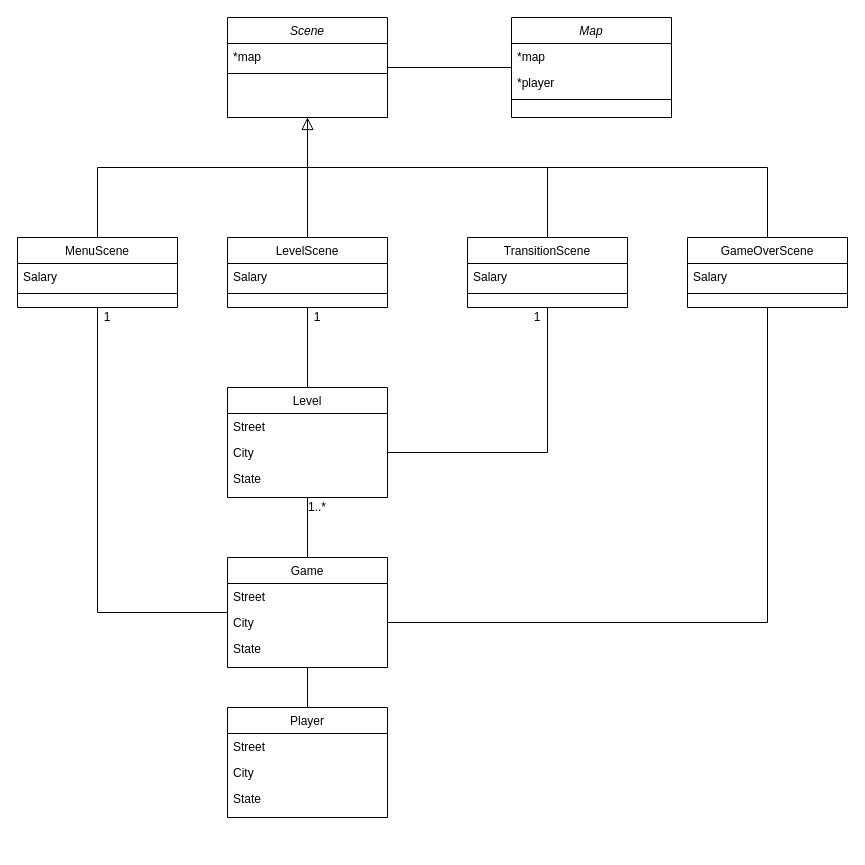
foster99/Break-In-VJ-FIB keeps this draw.io diagram as doc/Break_In.drawio. Above is the earlier version. Source tidied: cells renumbered, new cells numbered last; positions are measured from the earlier drawing's top-left corner, leaving out a move shared by most shapes. Both pictures are drawn from the tidied source at 100%, with x=0, y=0 at pixel (17, 17).
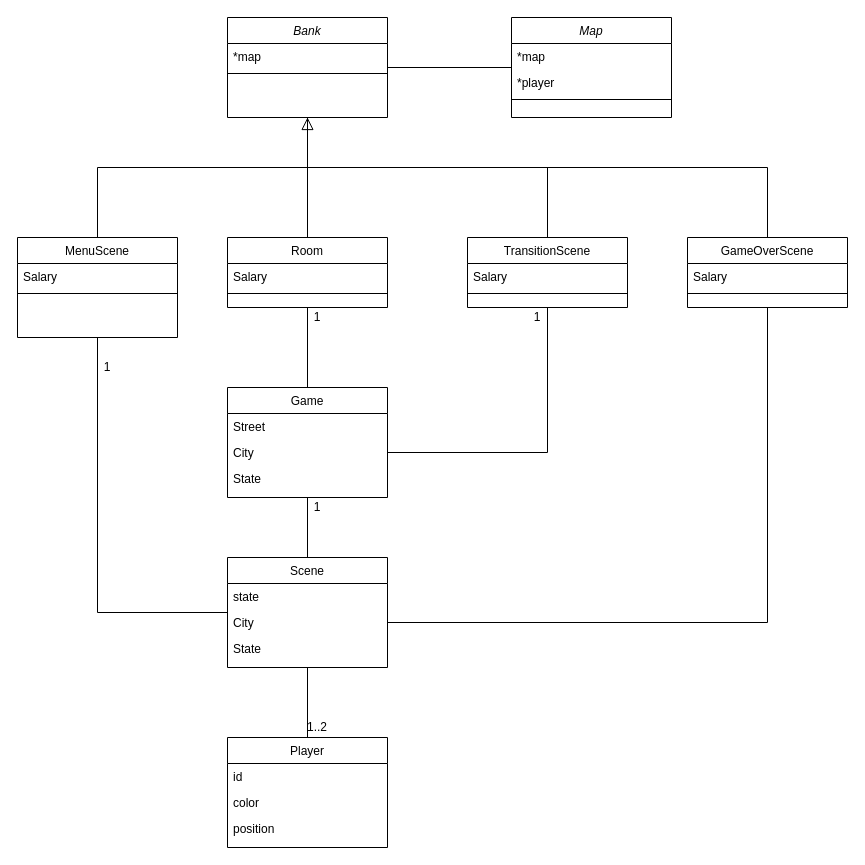
The same diagram, later.

Change to the diagram source:
```diff
@@
-    <mxCell id="5" value="LevelScene" style="swimlane;fontStyle=0;align=center;verticalAlign=top;horizontal=1;startSize=26;rounded=0;shadow=0;strokeWidth=1;" parent="1" vertex="1">
+    <mxCell id="5" value="Room" style="swimlane;fontStyle=0;align=center;verticalAlign=top;horizontal=1;startSize=26;rounded=0;shadow=0;strokeWidth=1;" parent="1" vertex="1">
       <mxGeometry x="210" y="220" width="160" height="70" as="geometry" />
     </mxCell>
@@
     <mxCell id="9" value="1" style="text;html=1;strokeColor=none;fillColor=none;align=center;verticalAlign=middle;whiteSpace=wrap;rounded=0;" parent="1" vertex="1">
-      <mxGeometry x="80" y="290" width="20" height="20" as="geometry" />
+      <mxGeometry x="80" y="340" width="20" height="20" as="geometry" />
     </mxCell>
@@
-    <mxCell id="13" value="Game" style="swimlane;fontStyle=0;align=center;verticalAlign=top;horizontal=1;startSize=26;rounded=0;shadow=0;strokeWidth=1;" parent="1" vertex="1">
+    <mxCell id="13" value="Scene" style="swimlane;fontStyle=0;align=center;verticalAlign=top;horizontal=1;startSize=26;rounded=0;shadow=0;strokeWidth=1;" parent="1" vertex="1">
       <mxGeometry x="210" y="540" width="160" height="110" as="geometry" />
     </mxCell>
-    <mxCell id="14" value="Street" style="text;align=left;verticalAlign=top;spacingLeft=4;spacingRight=4;overflow=hidden;" parent="13" vertex="1">
+    <mxCell id="14" value="state" style="text;align=left;verticalAlign=top;spacingLeft=4;spacingRight=4;overflow=hidden;" parent="13" vertex="1">
       <mxGeometry y="26" width="160" height="26" as="geometry" />
     </mxCell>
@@
-    <mxCell id="18" value="Level" style="swimlane;fontStyle=0;align=center;verticalAlign=top;horizontal=1;startSize=26;rounded=0;shadow=0;strokeWidth=1;" parent="1" vertex="1">
+    <mxCell id="18" value="Game" style="swimlane;fontStyle=0;align=center;verticalAlign=top;horizontal=1;startSize=26;rounded=0;shadow=0;strokeWidth=1;" parent="1" vertex="1">
       <mxGeometry x="210" y="370" width="160" height="110" as="geometry" />
     </mxCell>
@@
-    <mxCell id="23" value="1..*" style="text;html=1;strokeColor=none;fillColor=none;align=center;verticalAlign=middle;whiteSpace=wrap;rounded=0;" parent="1" vertex="1">
+    <mxCell id="23" value="1" style="text;html=1;strokeColor=none;fillColor=none;align=center;verticalAlign=middle;whiteSpace=wrap;rounded=0;" parent="1" vertex="1">
       <mxGeometry x="290" y="480" width="20" height="20" as="geometry" />
     </mxCell>
-    <mxCell id="24" value="Scene" style="swimlane;fontStyle=2;align=center;verticalAlign=top;horizontal=1;startSize=26;rounded=0;shadow=0;strokeWidth=1;" parent="1" vertex="1">
+    <mxCell id="24" value="Bank" style="swimlane;fontStyle=2;align=center;verticalAlign=top;horizontal=1;startSize=26;rounded=0;shadow=0;strokeWidth=1;" parent="1" vertex="1">
       <mxGeometry x="210" width="160" height="100" as="geometry" />
     </mxCell>
@@
     <mxCell id="36" value="MenuScene" style="swimlane;fontStyle=0;align=center;verticalAlign=top;horizontal=1;startSize=26;rounded=0;shadow=0;strokeWidth=1;" parent="1" vertex="1">
-      <mxGeometry y="220" width="160" height="70" as="geometry" />
+      <mxGeometry y="220" width="160" height="100" as="geometry" />
     </mxCell>
@@
-    <mxCell id="39" value="Player" style="swimlane;fontStyle=0;align=center;verticalAlign=top;horizontal=1;startSize=26;rounded=0;shadow=0;strokeWidth=1;" parent="1" vertex="1">
-      <mxGeometry x="210" y="690" width="160" height="110" as="geometry" />
-    </mxCell>
-    <mxCell id="40" value="Street" style="text;align=left;verticalAlign=top;spacingLeft=4;spacingRight=4;overflow=hidden;" parent="39" vertex="1">
-      <mxGeometry y="26" width="160" height="26" as="geometry" />
-    </mxCell>
-    <mxCell id="41" value="City" style="text;align=left;verticalAlign=top;spacingLeft=4;spacingRight=4;overflow=hidden;rounded=0;shadow=0;html=0;" parent="39" vertex="1">
-      <mxGeometry y="52" width="160" height="26" as="geometry" />
-    </mxCell>
-    <mxCell id="42" value="State" style="text;align=left;verticalAlign=top;spacingLeft=4;spacingRight=4;overflow=hidden;rounded=0;shadow=0;html=0;" parent="39" vertex="1">
-      <mxGeometry y="78" width="160" height="26" as="geometry" />
-    </mxCell>
@@
+    <mxCell id="48" value="1..2" style="text;html=1;strokeColor=none;fillColor=none;align=center;verticalAlign=middle;whiteSpace=wrap;rounded=0;" parent="1" vertex="1">
+      <mxGeometry x="290" y="700" width="20" height="20" as="geometry" />
+    </mxCell>
+    <mxCell id="39" value="Player" style="swimlane;fontStyle=0;align=center;verticalAlign=top;horizontal=1;startSize=26;rounded=0;shadow=0;strokeWidth=1;" parent="1" vertex="1">
+      <mxGeometry x="210" y="720" width="160" height="110" as="geometry" />
+    </mxCell>
+    <mxCell id="40" value="id" style="text;align=left;verticalAlign=top;spacingLeft=4;spacingRight=4;overflow=hidden;" parent="39" vertex="1">
+      <mxGeometry y="26" width="160" height="26" as="geometry" />
+    </mxCell>
+    <mxCell id="41" value="color" style="text;align=left;verticalAlign=top;spacingLeft=4;spacingRight=4;overflow=hidden;rounded=0;shadow=0;html=0;" parent="39" vertex="1">
+      <mxGeometry y="52" width="160" height="26" as="geometry" />
+    </mxCell>
+    <mxCell id="42" value="position" style="text;align=left;verticalAlign=top;spacingLeft=4;spacingRight=4;overflow=hidden;rounded=0;shadow=0;html=0;" parent="39" vertex="1">
+      <mxGeometry y="78" width="160" height="26" as="geometry" />
+    </mxCell>
```
